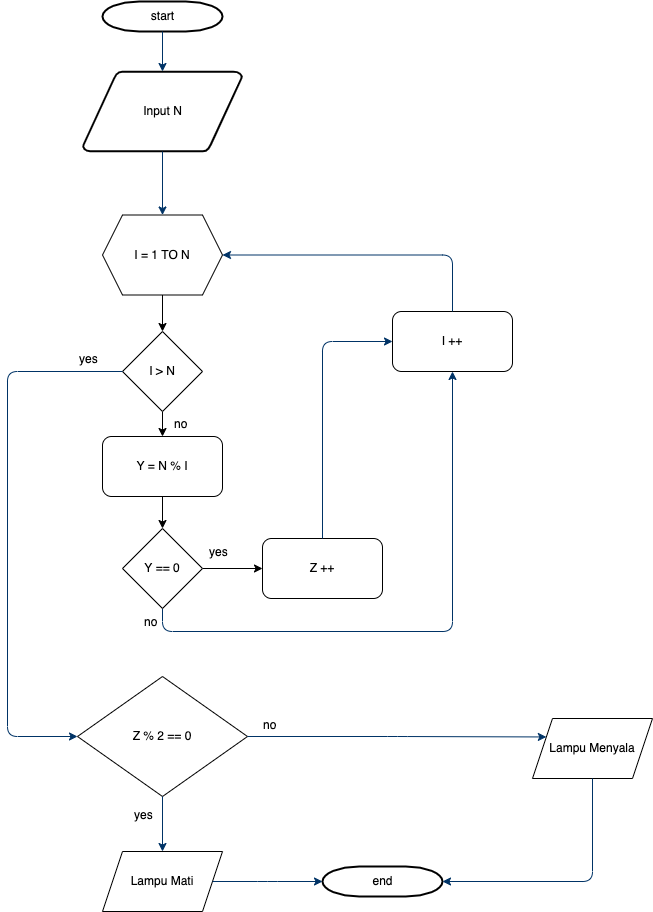
The draw.io diagram Day1/Day1-Lampu.drawio.png in ikonsultandeveloper/Tugas, before a commit. Source tidied: cells renumbered, new cells last; positions are measured from the earlier drawing's top-left corner, leaving out a move shared by most shapes. The source it was exported from:
```xml
<mxGraphModel>
  <root>
    <mxCell id="0" />
    <mxCell id="1" parent="0" />
    <mxCell id="2" value="start" style="shape=mxgraph.flowchart.terminator;strokeWidth=2;gradientColor=none;gradientDirection=north;fontStyle=0;html=1;" parent="1" vertex="1">
      <mxGeometry x="95" width="120" height="30" as="geometry" />
    </mxCell>
    <mxCell id="3" value="Input N" style="shape=mxgraph.flowchart.data;strokeWidth=2;gradientColor=none;gradientDirection=north;fontStyle=0;html=1;" parent="1" vertex="1">
      <mxGeometry x="75.5" y="70" width="159" height="80" as="geometry" />
    </mxCell>
    <mxCell id="4" style="fontStyle=1;strokeColor=#003366;strokeWidth=1;html=1;" parent="1" edge="1" source="2" target="3">
      <mxGeometry relative="1" as="geometry" />
    </mxCell>
    <mxCell id="5" style="fontStyle=1;strokeColor=#003366;strokeWidth=1;html=1;entryX=0.5;entryY=0;entryDx=0;entryDy=0;" parent="1" edge="1" source="3" target="18">
      <mxGeometry relative="1" as="geometry" />
    </mxCell>
    <mxCell id="6" value="end" style="shape=mxgraph.flowchart.terminator;strokeWidth=2;gradientColor=none;gradientDirection=north;fontStyle=0;html=1;" parent="1" vertex="1">
      <mxGeometry x="315" y="865" width="120" height="30" as="geometry" />
    </mxCell>
    <mxCell id="7" value="Lampu Menyala" style="shape=parallelogram;perimeter=parallelogramPerimeter;whiteSpace=wrap;html=1;fixedSize=1;" parent="1" vertex="1">
      <mxGeometry x="525" y="717" width="120" height="60" as="geometry" />
    </mxCell>
    <mxCell id="8" value="Z % 2 == 0" style="rhombus;whiteSpace=wrap;html=1;" parent="1" vertex="1">
      <mxGeometry x="70" y="675" width="170" height="120" as="geometry" />
    </mxCell>
    <mxCell id="9" value="yes" style="text;fontStyle=0;html=1;strokeColor=none;gradientColor=none;fillColor=none;strokeWidth=2;" parent="1" vertex="1">
      <mxGeometry x="125" y="800" width="40" height="26" as="geometry" />
    </mxCell>
    <mxCell id="10" style="edgeStyle=elbowEdgeStyle;elbow=horizontal;fontStyle=1;strokeColor=#003366;strokeWidth=1;html=1;exitX=0.5;exitY=1;exitDx=0;exitDy=0;" parent="1" edge="1" source="8" target="11">
      <mxGeometry x="825" y="-320" as="geometry" />
    </mxCell>
    <mxCell id="11" value="Lampu Mati" style="shape=parallelogram;perimeter=parallelogramPerimeter;whiteSpace=wrap;html=1;fixedSize=1;" parent="1" vertex="1">
      <mxGeometry x="95" y="850" width="120" height="60" as="geometry" />
    </mxCell>
    <mxCell id="12" value="no" style="text;fontStyle=0;html=1;strokeColor=none;gradientColor=none;fillColor=none;strokeWidth=2;" parent="1" vertex="1">
      <mxGeometry x="135" y="607" width="40" height="26" as="geometry" />
    </mxCell>
    <mxCell id="13" style="edgeStyle=elbowEdgeStyle;elbow=horizontal;fontStyle=1;strokeColor=#003366;strokeWidth=1;html=1;entryX=0;entryY=0.5;entryDx=0;entryDy=0;entryPerimeter=0;exitX=1;exitY=0.5;exitDx=0;exitDy=0;" parent="1" edge="1" source="11" target="6">
      <mxGeometry x="614.5" y="-44" as="geometry" />
    </mxCell>
    <mxCell id="14" style="edgeStyle=elbowEdgeStyle;elbow=horizontal;fontStyle=1;strokeColor=#003366;strokeWidth=1;html=1;entryX=1;entryY=0.5;entryDx=0;entryDy=0;entryPerimeter=0;exitX=0.5;exitY=1;exitDx=0;exitDy=0;" parent="1" edge="1" source="7" target="6">
      <mxGeometry x="825" y="-320" as="geometry">
        <Array as="points">
          <mxPoint x="585" y="830" />
          <mxPoint x="695" y="400" />
        </Array>
      </mxGeometry>
    </mxCell>
    <mxCell id="15" style="edgeStyle=elbowEdgeStyle;elbow=horizontal;fontStyle=1;strokeColor=#003366;strokeWidth=1;html=1;entryX=0;entryY=0.25;entryDx=0;entryDy=0;exitX=1;exitY=0.5;exitDx=0;exitDy=0;" parent="1" edge="1" source="8" target="7">
      <mxGeometry x="664.5" y="-199.5" as="geometry">
        <Array as="points">
          <mxPoint x="390" y="710" />
        </Array>
      </mxGeometry>
    </mxCell>
    <mxCell id="16" style="edgeStyle=orthogonalEdgeStyle;rounded=0;jettySize=auto;html=1;entryX=0.5;entryY=0;entryDx=0;entryDy=0;exitX=0.5;exitY=1;exitDx=0;exitDy=0;" parent="1" edge="1" source="29" target="24">
      <mxGeometry relative="1" as="geometry" />
    </mxCell>
    <mxCell id="17" style="edgeStyle=orthogonalEdgeStyle;rounded=0;jettySize=auto;html=1;" parent="1" edge="1" source="18" target="29">
      <mxGeometry relative="1" as="geometry" />
    </mxCell>
    <mxCell id="18" value="I = 1 TO N" style="shape=hexagon;perimeter=hexagonPerimeter2;whiteSpace=wrap;html=1;fixedSize=1;" parent="1" vertex="1">
      <mxGeometry x="95" y="213.5" width="120" height="80" as="geometry" />
    </mxCell>
    <mxCell id="19" style="edgeStyle=orthogonalEdgeStyle;rounded=0;jettySize=auto;html=1;exitX=0.5;exitY=1;exitDx=0;exitDy=0;" parent="1" edge="1" source="24" target="28">
      <mxGeometry relative="1" as="geometry" />
    </mxCell>
    <mxCell id="20" style="edgeStyle=orthogonalEdgeStyle;rounded=0;jettySize=auto;html=1;" parent="1" edge="1" source="28" target="23">
      <mxGeometry relative="1" as="geometry" />
    </mxCell>
    <mxCell id="21" value="I ++" style="rounded=1;whiteSpace=wrap;html=1;" parent="1" vertex="1">
      <mxGeometry x="385" y="310" width="120" height="60" as="geometry" />
    </mxCell>
    <mxCell id="22" style="edgeStyle=elbowEdgeStyle;elbow=horizontal;fontStyle=1;strokeColor=#003366;strokeWidth=1;html=1;entryX=1;entryY=0.5;entryDx=0;entryDy=0;exitX=0.5;exitY=0;exitDx=0;exitDy=0;" parent="1" edge="1" source="21" target="18">
      <mxGeometry x="835" y="-310" as="geometry">
        <Array as="points">
          <mxPoint x="445" y="280" />
          <mxPoint x="705" y="410" />
        </Array>
      </mxGeometry>
    </mxCell>
    <mxCell id="23" value="Z ++" style="rounded=1;whiteSpace=wrap;html=1;" parent="1" vertex="1">
      <mxGeometry x="255" y="537" width="120" height="60" as="geometry" />
    </mxCell>
    <mxCell id="24" value="Y = N % I" style="rounded=1;whiteSpace=wrap;html=1;" parent="1" vertex="1">
      <mxGeometry x="95" y="435" width="120" height="60" as="geometry" />
    </mxCell>
    <mxCell id="25" value="yes" style="text;fontStyle=0;html=1;strokeColor=none;gradientColor=none;fillColor=none;strokeWidth=2;" parent="1" vertex="1">
      <mxGeometry x="200" y="537" width="40" height="26" as="geometry" />
    </mxCell>
    <mxCell id="26" style="edgeStyle=elbowEdgeStyle;elbow=horizontal;fontStyle=1;strokeColor=#003366;strokeWidth=1;html=1;entryX=0;entryY=0.5;entryDx=0;entryDy=0;exitX=0.5;exitY=0;exitDx=0;exitDy=0;" parent="1" edge="1" source="23" target="21">
      <mxGeometry x="845" y="-300" as="geometry">
        <Array as="points">
          <mxPoint x="315" y="410" />
          <mxPoint x="715" y="420" />
        </Array>
      </mxGeometry>
    </mxCell>
    <mxCell id="27" style="edgeStyle=elbowEdgeStyle;elbow=horizontal;fontStyle=1;strokeColor=#003366;strokeWidth=1;html=1;startArrow=none;entryX=0.5;entryY=1;entryDx=0;entryDy=0;" parent="1" edge="1" source="28" target="21">
      <mxGeometry x="695" y="-190" as="geometry">
        <Array as="points">
          <mxPoint x="305" y="630" />
          <mxPoint x="565" y="530" />
        </Array>
      </mxGeometry>
    </mxCell>
    <mxCell id="28" value="Y == 0" style="rhombus;whiteSpace=wrap;html=1;" parent="1" vertex="1">
      <mxGeometry x="115" y="527" width="80" height="80" as="geometry" />
    </mxCell>
    <mxCell id="29" value="I &amp;gt; N" style="rhombus;whiteSpace=wrap;html=1;" parent="1" vertex="1">
      <mxGeometry x="115" y="330" width="80" height="80" as="geometry" />
    </mxCell>
    <mxCell id="30" value="no" style="text;fontStyle=0;html=1;strokeColor=none;gradientColor=none;fillColor=none;strokeWidth=2;" parent="1" vertex="1">
      <mxGeometry x="165" y="409" width="40" height="26" as="geometry" />
    </mxCell>
    <mxCell id="31" style="edgeStyle=elbowEdgeStyle;elbow=horizontal;fontStyle=1;strokeColor=#003366;strokeWidth=1;html=1;startArrow=none;exitX=0;exitY=0.5;exitDx=0;exitDy=0;entryX=0;entryY=0.5;entryDx=0;entryDy=0;" parent="1" edge="1" source="29" target="8">
      <mxGeometry x="310" y="-164" as="geometry">
        <Array as="points">
          <mxPoint y="540" />
          <mxPoint x="180" y="556" />
        </Array>
      </mxGeometry>
    </mxCell>
    <mxCell id="32" value="yes" style="text;fontStyle=0;html=1;strokeColor=none;gradientColor=none;fillColor=none;strokeWidth=2;" parent="1" vertex="1">
      <mxGeometry x="70" y="344" width="40" height="26" as="geometry" />
    </mxCell>
    <mxCell id="33" value="no" style="text;fontStyle=0;html=1;strokeColor=none;gradientColor=none;fillColor=none;strokeWidth=2;" parent="1" vertex="1">
      <mxGeometry x="254" y="710" width="40" height="26" as="geometry" />
    </mxCell>
  </root>
</mxGraphModel>
```
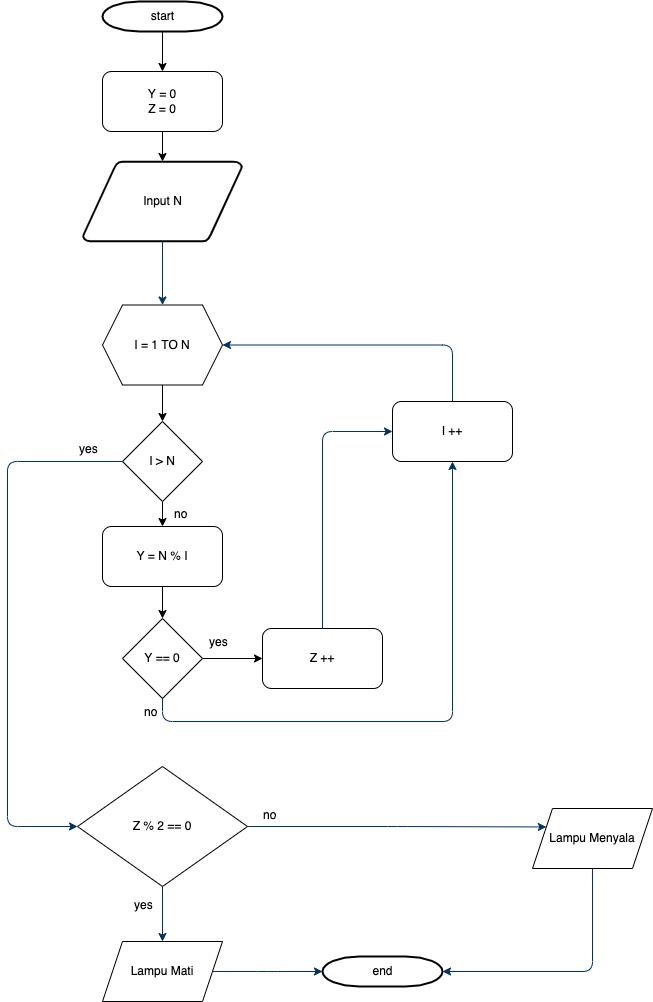
Later version of the same file.

The edit, as a diff of the source:
```diff
@@ -2,15 +2,9 @@
   <root>
     <mxCell id="0" />
     <mxCell id="1" parent="0" />
-    <mxCell id="2" value="start" style="shape=mxgraph.flowchart.terminator;strokeWidth=2;gradientColor=none;gradientDirection=north;fontStyle=0;html=1;" parent="1" vertex="1">
-      <mxGeometry x="95" width="120" height="30" as="geometry" />
-    </mxCell>
     <mxCell id="3" value="Input N" style="shape=mxgraph.flowchart.data;strokeWidth=2;gradientColor=none;gradientDirection=north;fontStyle=0;html=1;" parent="1" vertex="1">
       <mxGeometry x="75.5" y="70" width="159" height="80" as="geometry" />
     </mxCell>
-    <mxCell id="4" style="fontStyle=1;strokeColor=#003366;strokeWidth=1;html=1;" parent="1" edge="1" source="2" target="3">
-      <mxGeometry relative="1" as="geometry" />
-    </mxCell>
     <mxCell id="5" style="fontStyle=1;strokeColor=#003366;strokeWidth=1;html=1;entryX=0.5;entryY=0;entryDx=0;entryDy=0;" parent="1" edge="1" source="3" target="18">
       <mxGeometry relative="1" as="geometry" />
     </mxCell>
@@ -127,5 +121,17 @@
     <mxCell id="33" value="no" style="text;fontStyle=0;html=1;strokeColor=none;gradientColor=none;fillColor=none;strokeWidth=2;" parent="1" vertex="1">
       <mxGeometry x="254" y="710" width="40" height="26" as="geometry" />
     </mxCell>
+    <mxCell id="34" style="edgeStyle=orthogonalEdgeStyle;rounded=0;jettySize=auto;html=1;" parent="1" edge="1" source="2" target="36">
+      <mxGeometry relative="1" as="geometry" />
+    </mxCell>
+    <mxCell id="2" value="start" style="shape=mxgraph.flowchart.terminator;strokeWidth=2;gradientColor=none;gradientDirection=north;fontStyle=0;html=1;" parent="1" vertex="1">
+      <mxGeometry x="95" y="-90" width="120" height="30" as="geometry" />
+    </mxCell>
+    <mxCell id="35" style="edgeStyle=orthogonalEdgeStyle;rounded=0;jettySize=auto;html=1;" parent="1" edge="1" source="36" target="3">
+      <mxGeometry relative="1" as="geometry" />
+    </mxCell>
+    <mxCell id="36" value="Y = 0&lt;br&gt;Z = 0" style="rounded=1;whiteSpace=wrap;html=1;" parent="1" vertex="1">
+      <mxGeometry x="95" y="-20" width="120" height="60" as="geometry" />
+    </mxCell>
   </root>
 </mxGraphModel>
```
